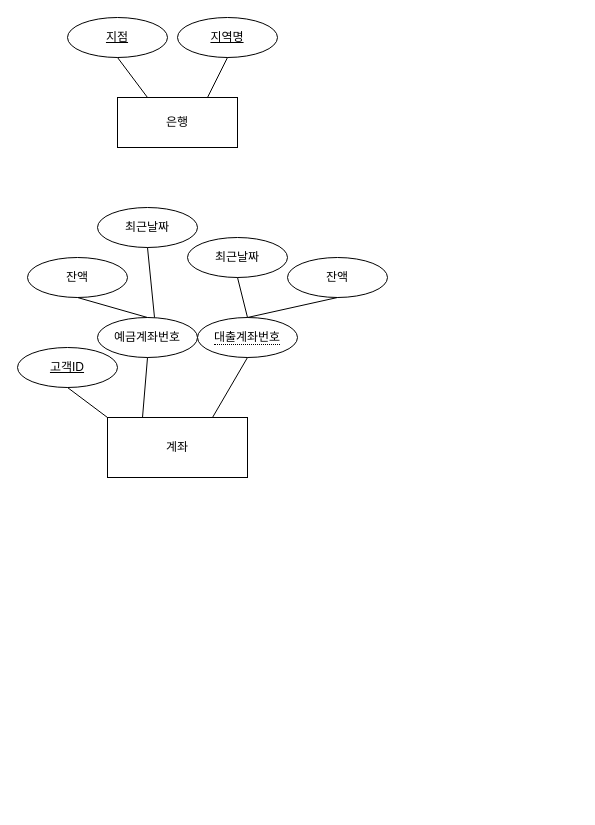
Above: bank.drawio in fghjklvmbn/programming-of-anything (draw.io), before the change. Source tidied: cells renumbered, new cells numbered last; positions are measured from the earlier drawing's top-left corner, leaving out a move shared by most shapes. Both pictures are drawn from the tidied source at 100%, with x=0, y=0 at pixel (17, 17).
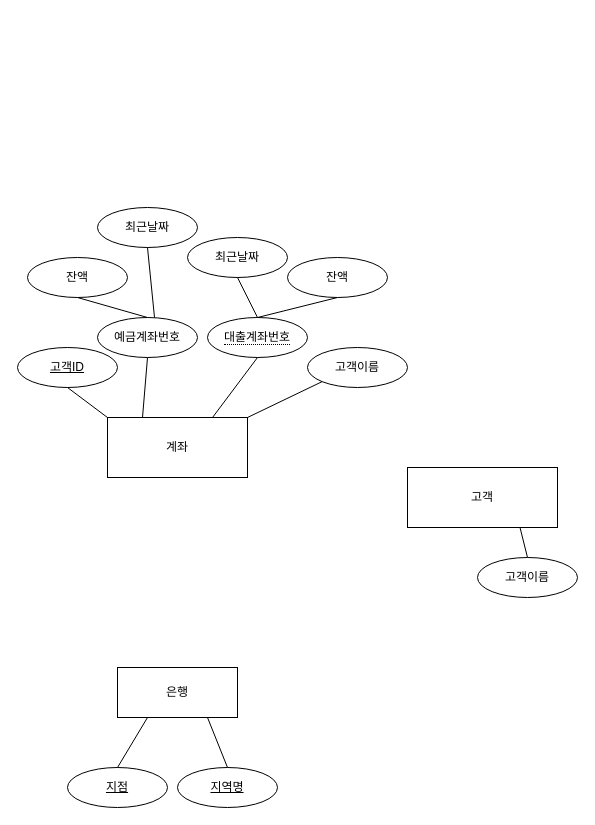
The same page after the edit.

The change refers to these unchanged cells:
```xml
<mxCell id="7" value="계좌" style="whiteSpace=wrap;html=1;align=center;" parent="1" vertex="1">
  <mxGeometry x="90" y="400" width="140" height="60" as="geometry" />
</mxCell>
```

Diff of the diagram source:
```diff
@@
     <mxCell id="2" value="은행" style="whiteSpace=wrap;html=1;align=center;" parent="1" vertex="1">
-      <mxGeometry x="100" y="80" width="120" height="50" as="geometry" />
+      <mxGeometry x="100" y="650" width="120" height="50" as="geometry" />
     </mxCell>
     <mxCell id="3" value="지점" style="ellipse;whiteSpace=wrap;html=1;align=center;fontStyle=4;" parent="1" vertex="1">
-      <mxGeometry x="50" width="100" height="40" as="geometry" />
+      <mxGeometry x="50" y="750" width="100" height="40" as="geometry" />
     </mxCell>
     <mxCell id="4" value="지역명" style="ellipse;whiteSpace=wrap;html=1;align=center;fontStyle=4;" parent="1" vertex="1">
-      <mxGeometry x="160" width="100" height="40" as="geometry" />
+      <mxGeometry x="160" y="750" width="100" height="40" as="geometry" />
     </mxCell>
-    <mxCell id="5" style="endArrow=none;html=1;rounded=0;exitX=0.5;exitY=1;exitDx=0;exitDy=0;entryX=0.25;entryY=0;entryDx=0;entryDy=0;" parent="1" edge="1" source="3" target="2">
+    <mxCell id="5" style="endArrow=none;html=1;rounded=0;exitX=0.5;exitY=0;exitDx=0;exitDy=0;entryX=0.25;entryY=1;entryDx=0;entryDy=0;" parent="1" edge="1" source="3" target="2">
       <mxGeometry relative="1" as="geometry" />
     </mxCell>
-    <mxCell id="6" style="endArrow=none;html=1;rounded=0;exitX=0.5;exitY=1;exitDx=0;exitDy=0;entryX=0.75;entryY=0;entryDx=0;entryDy=0;" parent="1" edge="1" source="4" target="2">
+    <mxCell id="6" style="endArrow=none;html=1;rounded=0;exitX=0.5;exitY=0;exitDx=0;exitDy=0;entryX=0.75;entryY=1;entryDx=0;entryDy=0;" parent="1" edge="1" source="4" target="2">
       <mxGeometry relative="1" as="geometry" />
     </mxCell>
@@
     <mxCell id="9" value="&lt;span style=&quot;border-bottom: 1px dotted&quot;&gt;대출계좌번호&lt;/span&gt;" style="ellipse;whiteSpace=wrap;html=1;align=center;" parent="1" vertex="1">
-      <mxGeometry x="180" y="300" width="100" height="40" as="geometry" />
+      <mxGeometry x="190" y="300" width="100" height="40" as="geometry" />
     </mxCell>
@@
+    <mxCell id="22" value="고객이름" style="ellipse;whiteSpace=wrap;html=1;align=center;" parent="1" vertex="1">
+      <mxGeometry x="290" y="330" width="100" height="40" as="geometry" />
+    </mxCell>
+    <mxCell id="23" style="endArrow=none;html=1;rounded=0;exitX=1;exitY=0;exitDx=0;exitDy=0;entryX=0;entryY=1;entryDx=0;entryDy=0;" parent="1" edge="1" source="7" target="22">
+      <mxGeometry relative="1" as="geometry" />
+    </mxCell>
+    <mxCell id="24" value="고객" style="whiteSpace=wrap;html=1;align=center;" parent="1" vertex="1">
+      <mxGeometry x="390" y="450" width="150" height="60" as="geometry" />
+    </mxCell>
+    <mxCell id="25" value="고객이름" style="ellipse;whiteSpace=wrap;html=1;align=center;" parent="1" vertex="1">
+      <mxGeometry x="460" y="540" width="100" height="40" as="geometry" />
+    </mxCell>
+    <mxCell id="26" style="endArrow=none;html=1;rounded=0;entryX=0.5;entryY=0;entryDx=0;entryDy=0;exitX=0.75;exitY=1;exitDx=0;exitDy=0;" parent="1" edge="1" source="24" target="25">
+      <mxGeometry relative="1" as="geometry" />
+    </mxCell>
```
